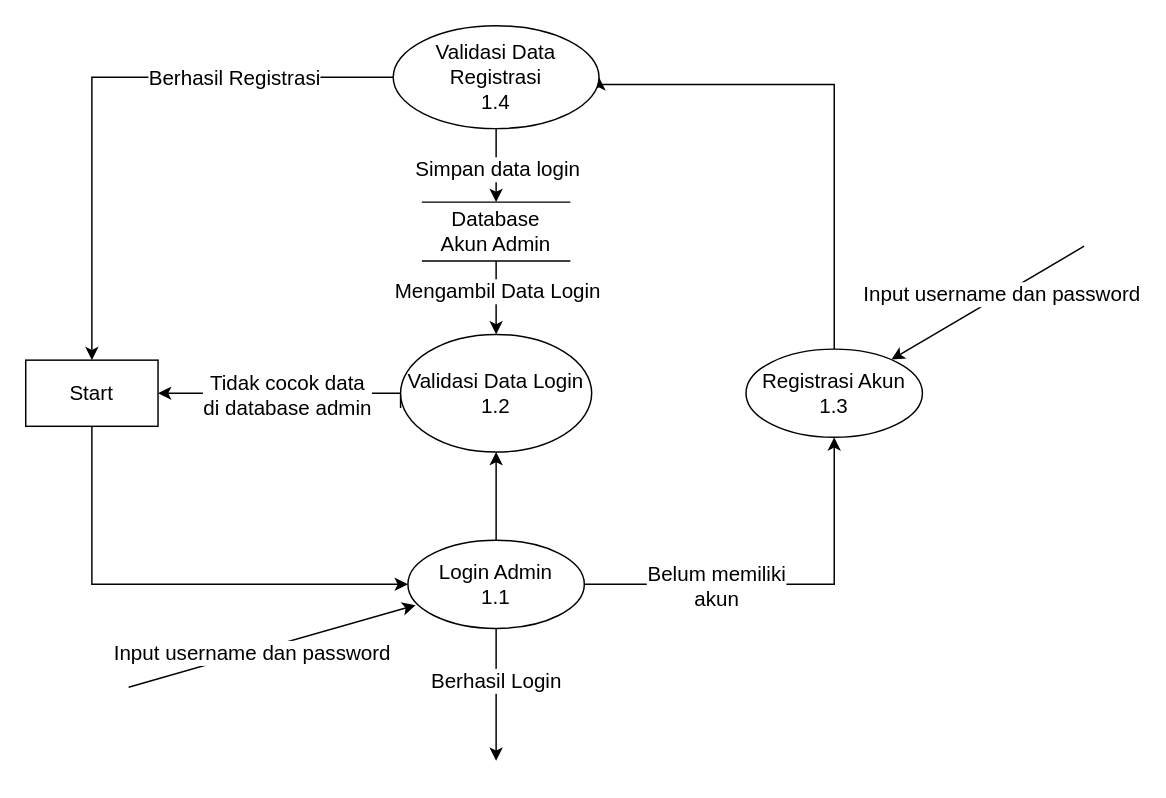
Above: page "Page-2" (2 of 8) of Exercise.drawio in MFaisal00359/Kamu-nanyeaa (draw.io), before the change. Source tidied: cells renumbered, new cells numbered last; positions are measured from the earlier drawing's top-left corner, leaving out a move shared by most shapes. Both pictures are drawn from the tidied source at 147%, with x=0, y=0 at pixel (25, 25).
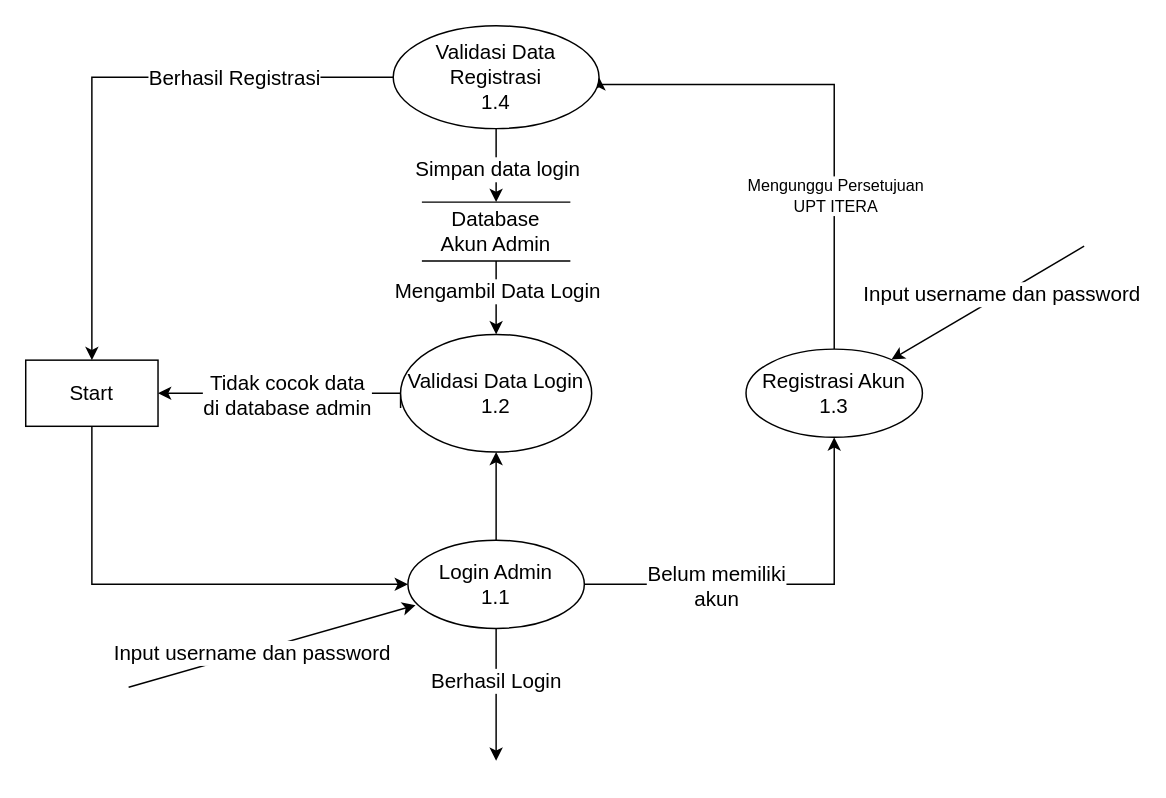
Above is the later version.

The change refers to these unchanged cells:
```xml
<mxCell id="13" style="edgeStyle=orthogonalEdgeStyle;rounded=0;jettySize=auto;html=1;entryX=1;entryY=0.5;entryDx=0;entryDy=0;spacing=4;fontSize=14;" parent="1" edge="1" source="14" target="21">
  <mxGeometry relative="1" as="geometry">
    <Array as="points">
      <mxPoint x="550" y="40" />
    </Array>
  </mxGeometry>
</mxCell>
```

What changed in the source:
```diff
@@
+    <mxCell id="28" value="Mengunggu Persetujuan&lt;br&gt;UPT ITERA" style="edgeLabel;html=1;align=center;verticalAlign=middle;" parent="13" vertex="1">
+      <mxGeometry x="-0.39" relative="1" as="geometry" />
+    </mxCell>
```
